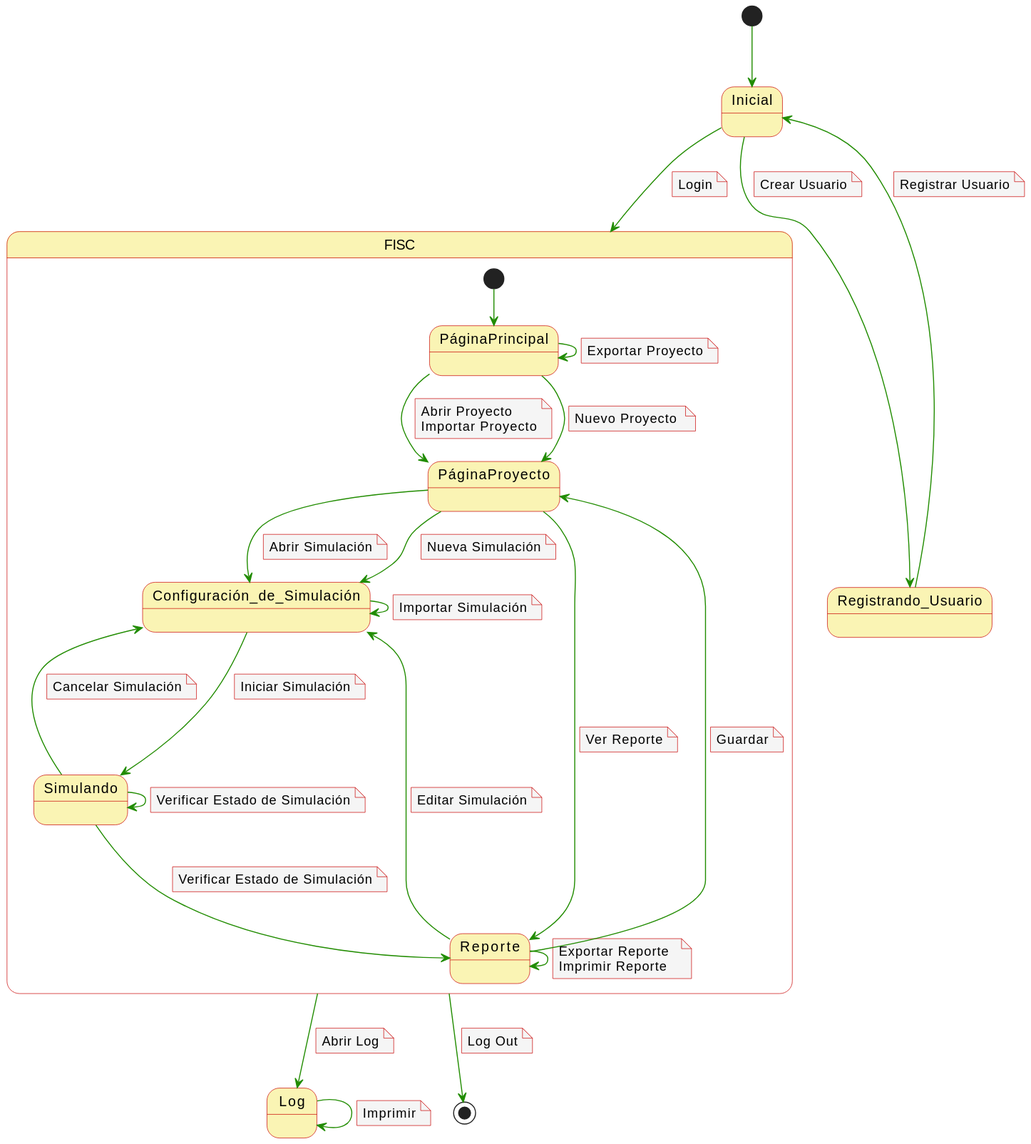
Above: imagenes/casosDeUso/diagramaDeContexto.svg in mmasias/23-24-IdSw1-SDR (PlantUML), before the change.
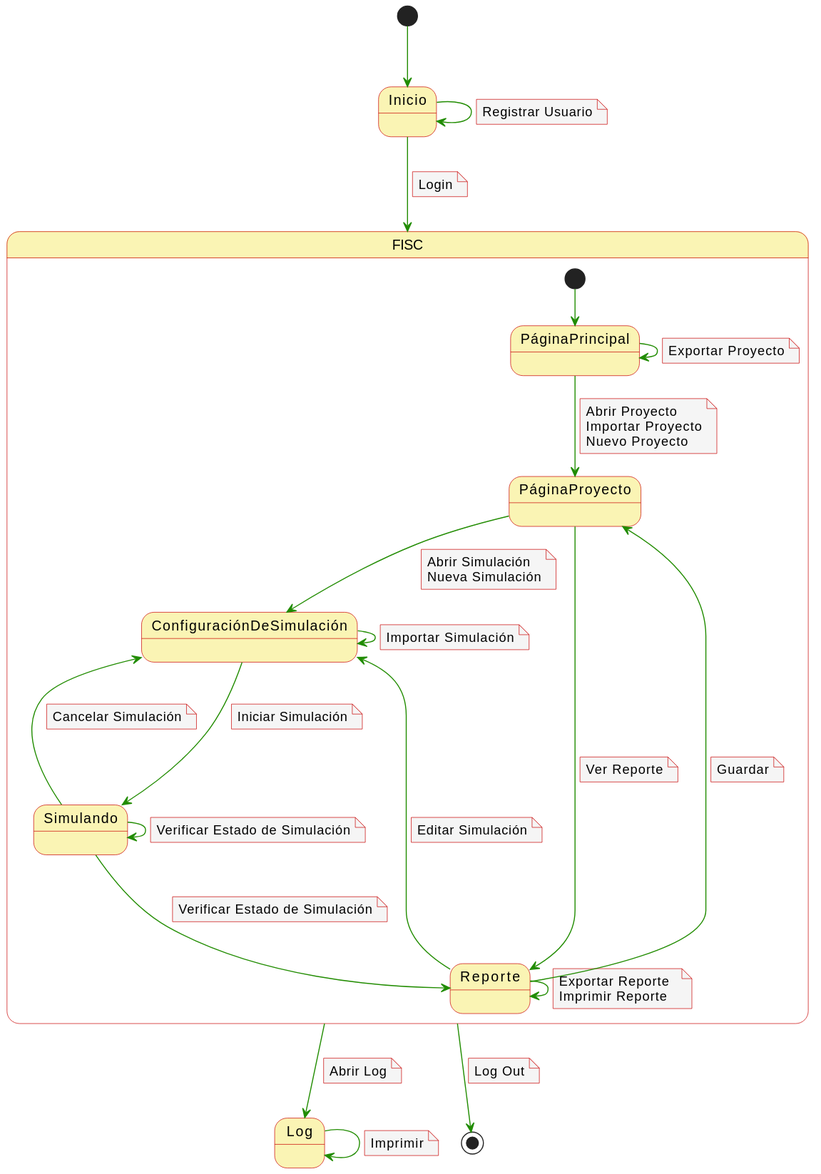
The same file after the commit.

Commit message:
diagrama contexto

The edit, as a diff of the source:
```diff
@@ -7,18 +7,13 @@
 skinparam linetype bold
 skinparam arrowThickness 1
 
-[*] --> Inicial
+[*] --> Inicio
 
-Inicial -d-> FISC
+Inicio -d-> FISC
 note on link
   Login
 end note
-Inicial -d-> Registrando_Usuario
-note on link
-  Crear Usuario
-end note
-
-Registrando_Usuario -d-> Inicial
+Inicio -d-> Inicio
 note on link
   Registrar Usuario
 end note
@@ -30,9 +25,6 @@
 note on link
   Abrir Proyecto
   Importar Proyecto
-end note
-PáginaPrincipal -d-> PáginaProyecto
-note on link
   Nuevo Proyecto
 end note
 PáginaPrincipal -d-> PáginaPrincipal
@@ -40,12 +32,9 @@
   Exportar Proyecto
 end note
 
-PáginaProyecto -d-> Configuración_de_Simulación
+PáginaProyecto -d-> ConfiguraciónDeSimulación
 note on link
   Abrir Simulación
-end note
-PáginaProyecto -d-> Configuración_de_Simulación
-note on link
   Nueva Simulación
 end note
 PáginaProyecto ---> Reporte
@@ -53,16 +42,16 @@
   Ver Reporte
 end note
 
-Configuración_de_Simulación -d-> Simulando
+ConfiguraciónDeSimulación -d-> Simulando
 note on link
   Iniciar Simulación
 end note
-Configuración_de_Simulación -d-> Configuración_de_Simulación
+ConfiguraciónDeSimulación -d-> ConfiguraciónDeSimulación
 note on link
   Importar Simulación
 end note
 
-Simulando ---> Configuración_de_Simulación
+Simulando ---> ConfiguraciónDeSimulación
 note on link
   Cancelar Simulación
 end note
@@ -84,7 +73,7 @@
 note on link
   Guardar
 end note
-Reporte -d-> Configuración_de_Simulación
+Reporte -d-> ConfiguraciónDeSimulación
 note on link
   Editar Simulación
 end note
```
